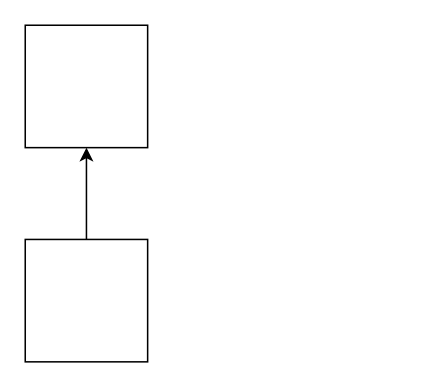
This is Diagrama sem nome.drawio from tuxbr/drawio, a draw.io file, before an edit. Source tidied: cells renumbered, new cells numbered last; positions are measured from the earlier drawing's top-left corner, leaving out a move shared by most shapes. Both pictures are drawn from the tidied source at 153%, with x=0, y=0 at pixel (24, 24).
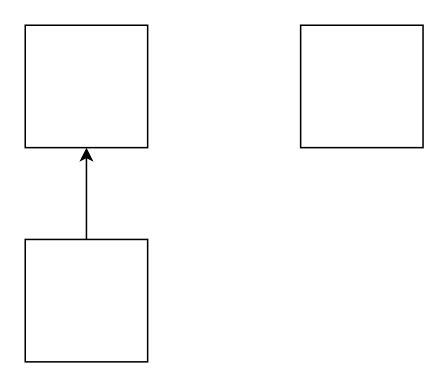
After the change.

Diff of the diagram source:
```diff
@@
 <mxGraphModel>
   <root>
     <mxCell id="0" />
     <mxCell id="1" parent="0" />
     <mxCell id="2" style="whiteSpace=wrap;html=1;" parent="1" vertex="1">
       <mxGeometry width="80" height="80" as="geometry" />
     </mxCell>
     <mxCell id="3" style="edgeStyle=orthogonalEdgeStyle;rounded=0;jettySize=auto;html=1;" parent="1" edge="1" source="4" target="2">
       <mxGeometry relative="1" as="geometry" />
     </mxCell>
     <mxCell id="4" style="whiteSpace=wrap;html=1;" parent="1" vertex="1">
       <mxGeometry y="140" width="80" height="80" as="geometry" />
     </mxCell>
+    <mxCell id="5" style="whiteSpace=wrap;html=1;" parent="1" vertex="1">
+      <mxGeometry x="180" width="80" height="80" as="geometry" />
+    </mxCell>
   </root>
 </mxGraphModel>
```
